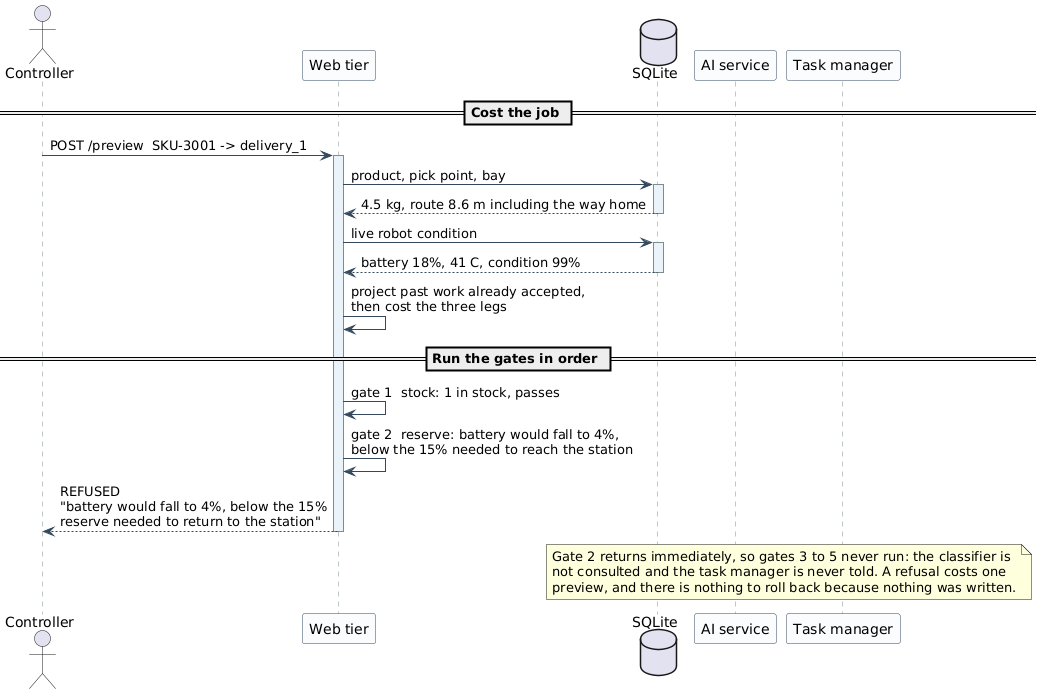
This is report/Figures/11-sequence-order-refused.png from ArianShafagh/robofetch, a PlantUML export, as it was before one commit.
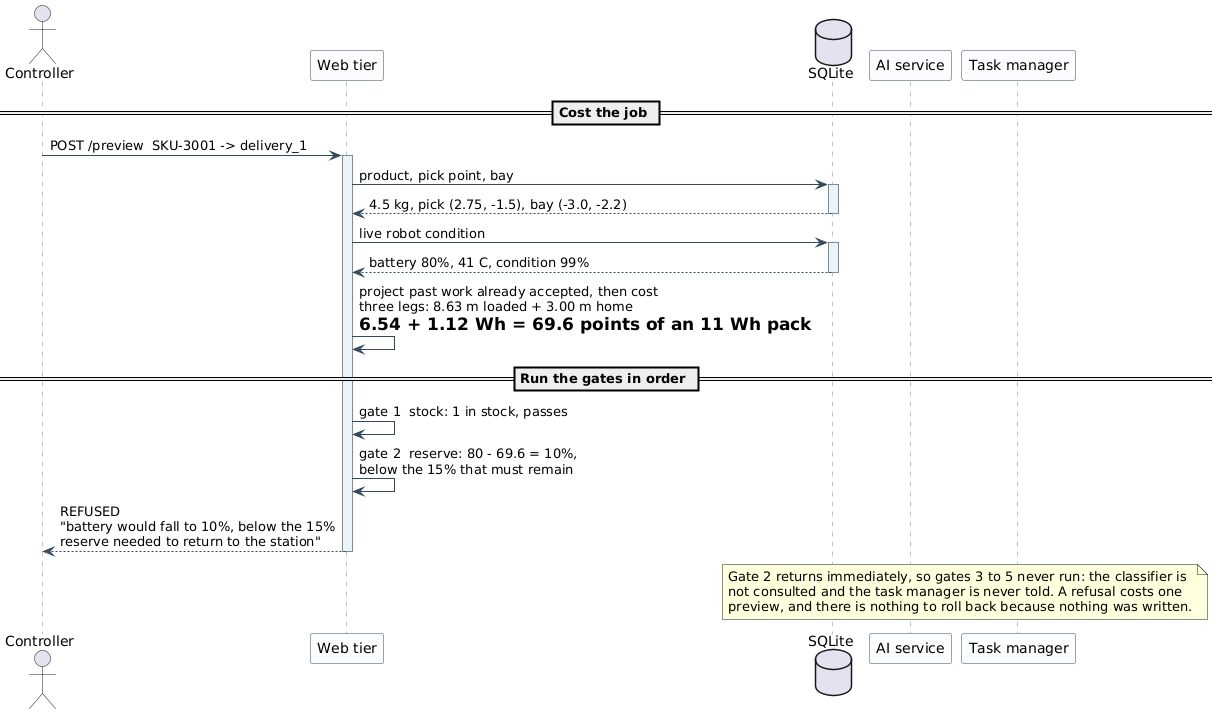
After the change.

Commit message:
Scenario 2: use figures the model actually produces

The edit, as a diff of the source:
```diff
@@ -18,15 +18,15 @@
 == Cost the job ==
 C -> API ++ : POST /preview  SKU-3001 -> delivery_1
 API -> DB ++ : product, pick point, bay
-DB --> API -- : 4.5 kg, route 8.6 m including the way home
+DB --> API -- : 4.5 kg, pick (2.75, -1.5), bay (-3.0, -2.2)
 API -> DB ++ : live robot condition
-DB --> API -- : battery 18%, 41 C, condition 99%
-API -> API : project past work already accepted,\nthen cost the three legs
+DB --> API -- : battery 80%, 41 C, condition 99%
+API -> API : project past work already accepted, then cost\nthree legs: 8.63 m loaded + 3.00 m home\n= 6.54 + 1.12 Wh = 69.6 points of an 11 Wh pack
 
 == Run the gates in order ==
 API -> API : gate 1  stock: 1 in stock, passes
-API -> API : gate 2  reserve: battery would fall to 4%,\nbelow the 15% needed to reach the station
-API --> C -- : REFUSED\n"battery would fall to 4%, below the 15%\nreserve needed to return to the station"
+API -> API : gate 2  reserve: 80 - 69.6 = 10%,\nbelow the 15% that must remain
+API --> C -- : REFUSED\n"battery would fall to 10%, below the 15%\nreserve needed to return to the station"
 
 note over AI, TM
   Gate 2 returns immediately, so gates 3 to 5 never run: the classifier is
```
